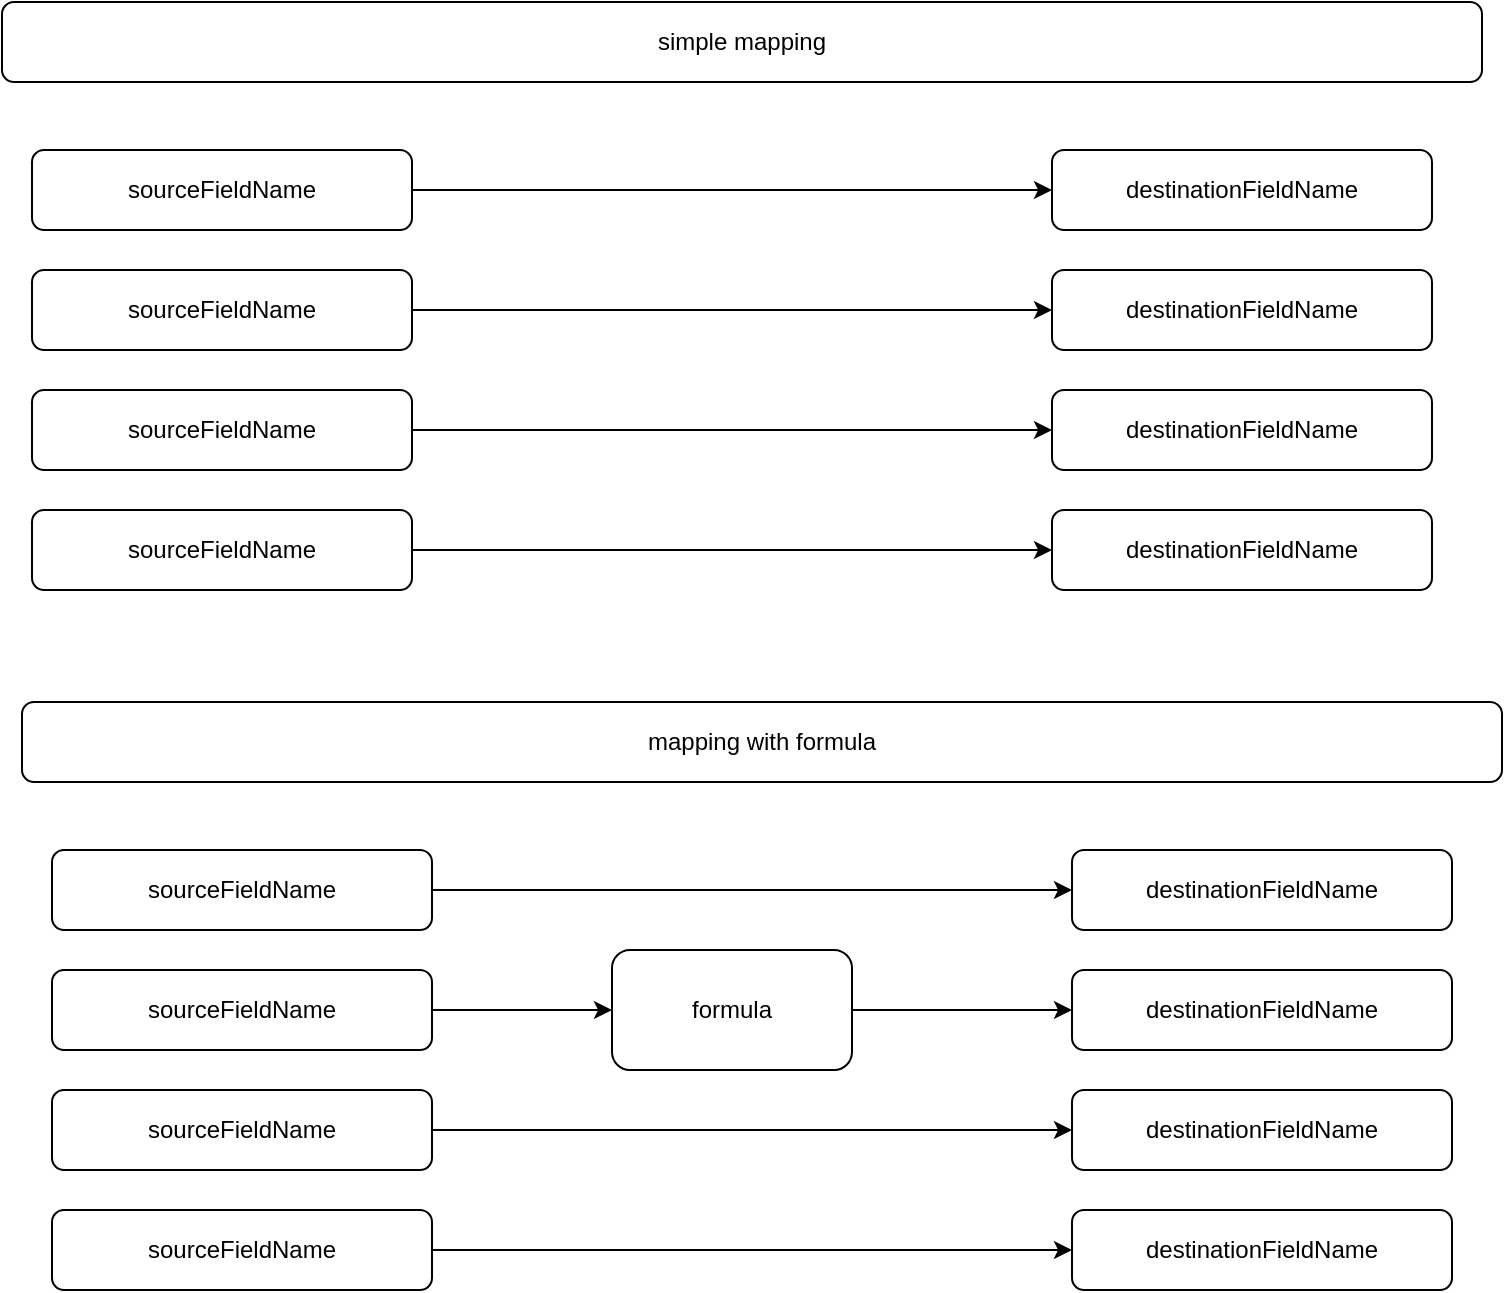
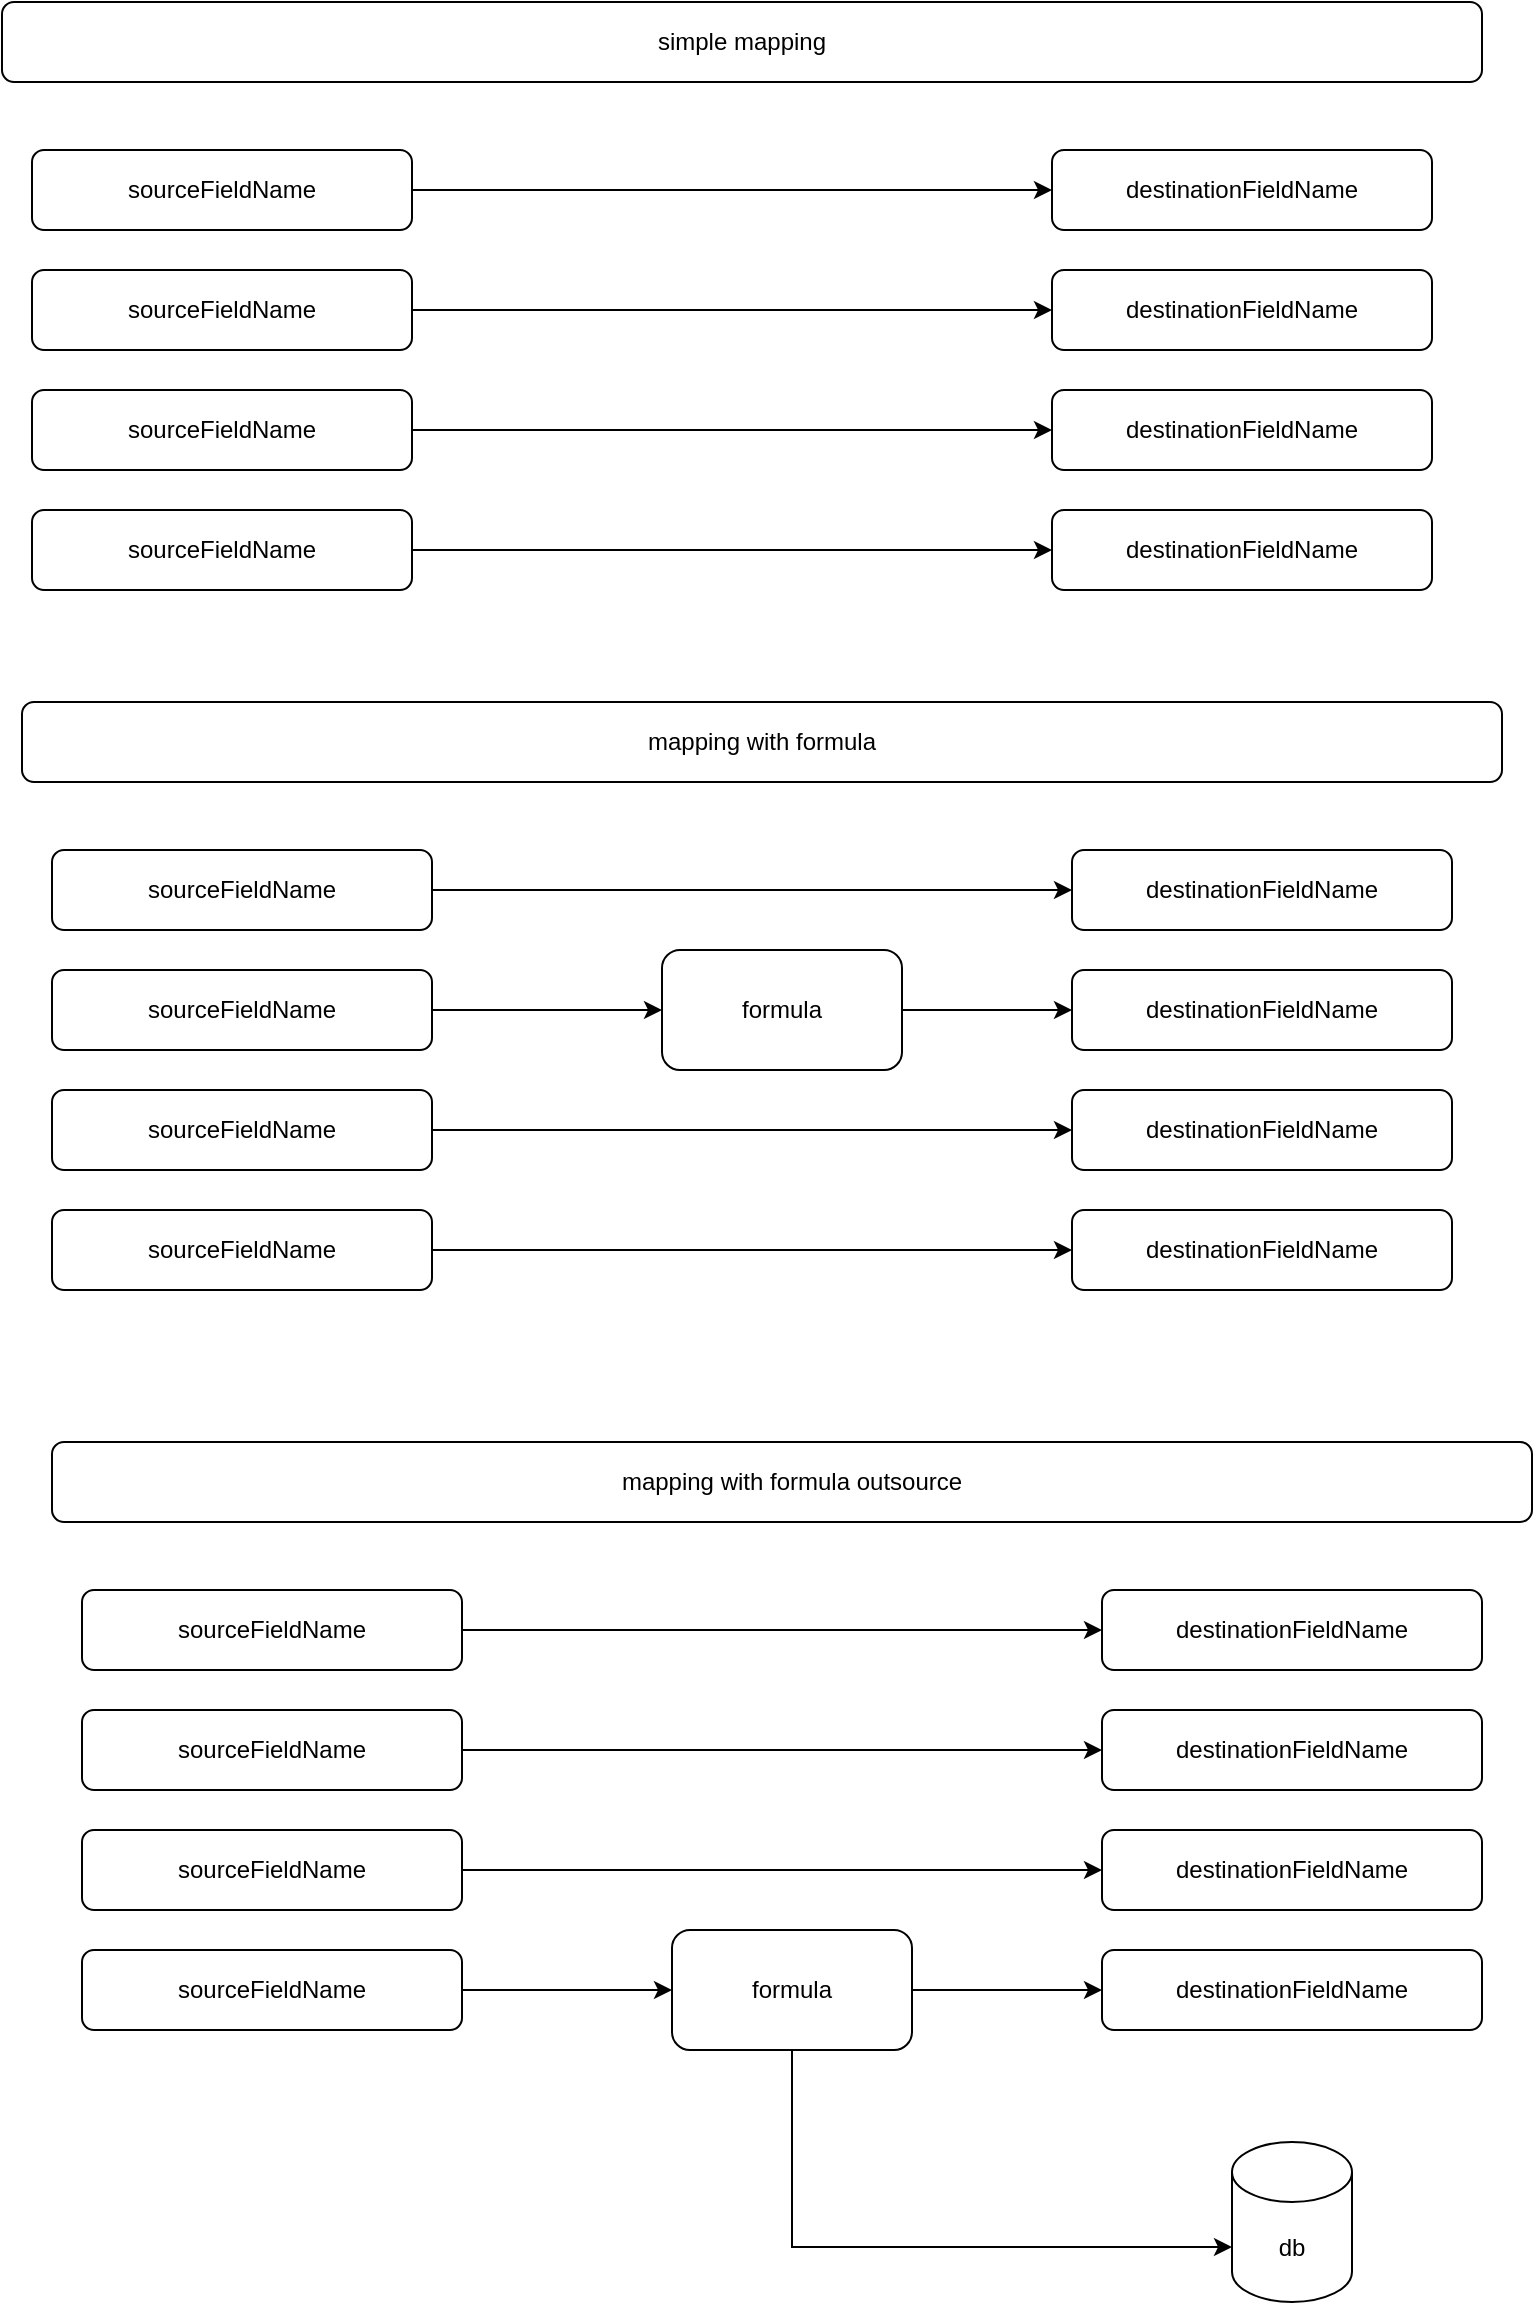
<mxfile host="app.diagrams.net">
  <diagram name="Page-1" id="w0qSyX79uqXvIxm3ApQV">
    <mxGraphModel dx="1030" dy="623" grid="1" gridSize="10" guides="1" tooltips="1" connect="1" arrows="1" fold="1" page="1" pageScale="1" pageWidth="850" pageHeight="1100" math="0" shadow="0">
      <root>
        <mxCell id="0" />
        <mxCell id="1" parent="0" />
        <mxCell id="C5vNhbu8yeIDAcz09rIj-13" parent="1" style="rounded=1;whiteSpace=wrap;html=1;" value="simple mapping" vertex="1">
          <mxGeometry height="40" width="740" x="60" y="30" as="geometry" />
        </mxCell>
        <mxCell id="C5vNhbu8yeIDAcz09rIj-9" edge="1" parent="1" source="C5vNhbu8yeIDAcz09rIj-1" style="edgeStyle=orthogonalEdgeStyle;rounded=0;orthogonalLoop=1;jettySize=auto;html=1;entryX=0;entryY=0.5;entryDx=0;entryDy=0;" target="C5vNhbu8yeIDAcz09rIj-5">
          <mxGeometry relative="1" as="geometry" />
        </mxCell>
        <mxCell id="C5vNhbu8yeIDAcz09rIj-1" parent="1" style="rounded=1;whiteSpace=wrap;html=1;" value="sourceFieldName" vertex="1">
          <mxGeometry height="40" width="190" x="75" y="104" as="geometry" />
        </mxCell>
        <mxCell id="C5vNhbu8yeIDAcz09rIj-10" edge="1" parent="1" source="C5vNhbu8yeIDAcz09rIj-2" style="edgeStyle=orthogonalEdgeStyle;rounded=0;orthogonalLoop=1;jettySize=auto;html=1;entryX=0;entryY=0.5;entryDx=0;entryDy=0;" target="C5vNhbu8yeIDAcz09rIj-6">
          <mxGeometry relative="1" as="geometry" />
        </mxCell>
        <mxCell id="C5vNhbu8yeIDAcz09rIj-2" parent="1" style="rounded=1;whiteSpace=wrap;html=1;" value="sourceFieldName" vertex="1">
          <mxGeometry height="40" width="190" x="75" y="164" as="geometry" />
        </mxCell>
        <mxCell id="C5vNhbu8yeIDAcz09rIj-11" edge="1" parent="1" source="C5vNhbu8yeIDAcz09rIj-3" style="edgeStyle=orthogonalEdgeStyle;rounded=0;orthogonalLoop=1;jettySize=auto;html=1;entryX=0;entryY=0.5;entryDx=0;entryDy=0;" target="C5vNhbu8yeIDAcz09rIj-7">
          <mxGeometry relative="1" as="geometry" />
        </mxCell>
        <mxCell id="C5vNhbu8yeIDAcz09rIj-3" parent="1" style="rounded=1;whiteSpace=wrap;html=1;" value="sourceFieldName" vertex="1">
          <mxGeometry height="40" width="190" x="75" y="224" as="geometry" />
        </mxCell>
        <mxCell id="C5vNhbu8yeIDAcz09rIj-12" edge="1" parent="1" source="C5vNhbu8yeIDAcz09rIj-4" style="edgeStyle=orthogonalEdgeStyle;rounded=0;orthogonalLoop=1;jettySize=auto;html=1;entryX=0;entryY=0.5;entryDx=0;entryDy=0;" target="C5vNhbu8yeIDAcz09rIj-8">
          <mxGeometry relative="1" as="geometry" />
        </mxCell>
        <mxCell id="C5vNhbu8yeIDAcz09rIj-4" parent="1" style="rounded=1;whiteSpace=wrap;html=1;" value="sourceFieldName" vertex="1">
          <mxGeometry height="40" width="190" x="75" y="284" as="geometry" />
        </mxCell>
        <mxCell id="C5vNhbu8yeIDAcz09rIj-5" parent="1" style="rounded=1;whiteSpace=wrap;html=1;" value="destinationFieldName" vertex="1">
          <mxGeometry height="40" width="190" x="585" y="104" as="geometry" />
        </mxCell>
        <mxCell id="C5vNhbu8yeIDAcz09rIj-6" parent="1" style="rounded=1;whiteSpace=wrap;html=1;" value="destinationFieldName" vertex="1">
          <mxGeometry height="40" width="190" x="585" y="164" as="geometry" />
        </mxCell>
        <mxCell id="C5vNhbu8yeIDAcz09rIj-7" parent="1" style="rounded=1;whiteSpace=wrap;html=1;" value="destinationFieldName" vertex="1">
          <mxGeometry height="40" width="190" x="585" y="224" as="geometry" />
        </mxCell>
        <mxCell id="C5vNhbu8yeIDAcz09rIj-8" parent="1" style="rounded=1;whiteSpace=wrap;html=1;" value="destinationFieldName" vertex="1">
          <mxGeometry height="40" width="190" x="585" y="284" as="geometry" />
        </mxCell>
        <mxCell id="C5vNhbu8yeIDAcz09rIj-14" parent="1" style="rounded=1;whiteSpace=wrap;html=1;" value="mapping with formula" vertex="1">
          <mxGeometry height="40" width="740" x="70" y="380" as="geometry" />
        </mxCell>
        <mxCell id="C5vNhbu8yeIDAcz09rIj-15" edge="1" parent="1" source="C5vNhbu8yeIDAcz09rIj-16" style="edgeStyle=orthogonalEdgeStyle;rounded=0;orthogonalLoop=1;jettySize=auto;html=1;entryX=0;entryY=0.5;entryDx=0;entryDy=0;" target="C5vNhbu8yeIDAcz09rIj-23">
          <mxGeometry relative="1" as="geometry" />
        </mxCell>
        <mxCell id="C5vNhbu8yeIDAcz09rIj-16" parent="1" style="rounded=1;whiteSpace=wrap;html=1;" value="sourceFieldName" vertex="1">
          <mxGeometry height="40" width="190" x="85" y="454" as="geometry" />
        </mxCell>
        <mxCell id="C5vNhbu8yeIDAcz09rIj-28" edge="1" parent="1" source="C5vNhbu8yeIDAcz09rIj-18" style="edgeStyle=orthogonalEdgeStyle;rounded=0;orthogonalLoop=1;jettySize=auto;html=1;entryX=0;entryY=0.5;entryDx=0;entryDy=0;" target="C5vNhbu8yeIDAcz09rIj-27">
          <mxGeometry relative="1" as="geometry" />
        </mxCell>
        <mxCell id="C5vNhbu8yeIDAcz09rIj-18" parent="1" style="rounded=1;whiteSpace=wrap;html=1;" value="sourceFieldName" vertex="1">
          <mxGeometry height="40" width="190" x="85" y="514" as="geometry" />
        </mxCell>
        <mxCell id="C5vNhbu8yeIDAcz09rIj-19" edge="1" parent="1" source="C5vNhbu8yeIDAcz09rIj-20" style="edgeStyle=orthogonalEdgeStyle;rounded=0;orthogonalLoop=1;jettySize=auto;html=1;entryX=0;entryY=0.5;entryDx=0;entryDy=0;" target="C5vNhbu8yeIDAcz09rIj-25">
          <mxGeometry relative="1" as="geometry" />
        </mxCell>
        <mxCell id="C5vNhbu8yeIDAcz09rIj-20" parent="1" style="rounded=1;whiteSpace=wrap;html=1;" value="sourceFieldName" vertex="1">
          <mxGeometry height="40" width="190" x="85" y="574" as="geometry" />
        </mxCell>
        <mxCell id="C5vNhbu8yeIDAcz09rIj-21" edge="1" parent="1" source="C5vNhbu8yeIDAcz09rIj-22" style="edgeStyle=orthogonalEdgeStyle;rounded=0;orthogonalLoop=1;jettySize=auto;html=1;entryX=0;entryY=0.5;entryDx=0;entryDy=0;" target="C5vNhbu8yeIDAcz09rIj-26">
          <mxGeometry relative="1" as="geometry" />
        </mxCell>
        <mxCell id="C5vNhbu8yeIDAcz09rIj-22" parent="1" style="rounded=1;whiteSpace=wrap;html=1;" value="sourceFieldName" vertex="1">
          <mxGeometry height="40" width="190" x="85" y="634" as="geometry" />
        </mxCell>
        <mxCell id="C5vNhbu8yeIDAcz09rIj-23" parent="1" style="rounded=1;whiteSpace=wrap;html=1;" value="destinationFieldName" vertex="1">
          <mxGeometry height="40" width="190" x="595" y="454" as="geometry" />
        </mxCell>
        <mxCell id="C5vNhbu8yeIDAcz09rIj-24" parent="1" style="rounded=1;whiteSpace=wrap;html=1;" value="destinationFieldName" vertex="1">
          <mxGeometry height="40" width="190" x="595" y="514" as="geometry" />
        </mxCell>
        <mxCell id="C5vNhbu8yeIDAcz09rIj-25" parent="1" style="rounded=1;whiteSpace=wrap;html=1;" value="destinationFieldName" vertex="1">
          <mxGeometry height="40" width="190" x="595" y="574" as="geometry" />
        </mxCell>
        <mxCell id="C5vNhbu8yeIDAcz09rIj-26" parent="1" style="rounded=1;whiteSpace=wrap;html=1;" value="destinationFieldName" vertex="1">
          <mxGeometry height="40" width="190" x="595" y="634" as="geometry" />
        </mxCell>
        <mxCell id="C5vNhbu8yeIDAcz09rIj-29" edge="1" parent="1" source="C5vNhbu8yeIDAcz09rIj-27" style="edgeStyle=orthogonalEdgeStyle;rounded=0;orthogonalLoop=1;jettySize=auto;html=1;entryX=0;entryY=0.5;entryDx=0;entryDy=0;" target="C5vNhbu8yeIDAcz09rIj-24">
          <mxGeometry relative="1" as="geometry">
            <mxPoint x="590" y="534" as="targetPoint" />
          </mxGeometry>
        </mxCell>
        <mxCell id="C5vNhbu8yeIDAcz09rIj-27" parent="1" style="rounded=1;whiteSpace=wrap;html=1;" value="formula" vertex="1">
-           <mxGeometry height="60" width="120" x="365" y="504" as="geometry" />
+           <mxGeometry height="60" width="120" x="390" y="504" as="geometry" />
+         </mxCell>
+         <mxCell id="C5vNhbu8yeIDAcz09rIj-30" parent="1" style="rounded=1;whiteSpace=wrap;html=1;" value="mapping with formula outsource" vertex="1">
+           <mxGeometry height="40" width="740" x="85" y="750" as="geometry" />
+         </mxCell>
+         <mxCell id="C5vNhbu8yeIDAcz09rIj-31" edge="1" parent="1" source="C5vNhbu8yeIDAcz09rIj-32" style="edgeStyle=orthogonalEdgeStyle;rounded=0;orthogonalLoop=1;jettySize=auto;html=1;entryX=0;entryY=0.5;entryDx=0;entryDy=0;" target="C5vNhbu8yeIDAcz09rIj-39">
+           <mxGeometry relative="1" as="geometry" />
+         </mxCell>
+         <mxCell id="C5vNhbu8yeIDAcz09rIj-32" parent="1" style="rounded=1;whiteSpace=wrap;html=1;" value="sourceFieldName" vertex="1">
+           <mxGeometry height="40" width="190" x="100" y="824" as="geometry" />
+         </mxCell>
+         <mxCell id="C5vNhbu8yeIDAcz09rIj-33" edge="1" parent="1" source="C5vNhbu8yeIDAcz09rIj-34" style="edgeStyle=orthogonalEdgeStyle;rounded=0;orthogonalLoop=1;jettySize=auto;html=1;entryX=0;entryY=0.5;entryDx=0;entryDy=0;" target="C5vNhbu8yeIDAcz09rIj-40">
+           <mxGeometry relative="1" as="geometry">
+             <mxPoint x="405" y="904" as="targetPoint" />
+           </mxGeometry>
+         </mxCell>
+         <mxCell id="C5vNhbu8yeIDAcz09rIj-34" parent="1" style="rounded=1;whiteSpace=wrap;html=1;" value="sourceFieldName" vertex="1">
+           <mxGeometry height="40" width="190" x="100" y="884" as="geometry" />
+         </mxCell>
+         <mxCell id="C5vNhbu8yeIDAcz09rIj-35" edge="1" parent="1" source="C5vNhbu8yeIDAcz09rIj-36" style="edgeStyle=orthogonalEdgeStyle;rounded=0;orthogonalLoop=1;jettySize=auto;html=1;entryX=0;entryY=0.5;entryDx=0;entryDy=0;" target="C5vNhbu8yeIDAcz09rIj-41">
+           <mxGeometry relative="1" as="geometry" />
+         </mxCell>
+         <mxCell id="C5vNhbu8yeIDAcz09rIj-36" parent="1" style="rounded=1;whiteSpace=wrap;html=1;" value="sourceFieldName" vertex="1">
+           <mxGeometry height="40" width="190" x="100" y="944" as="geometry" />
+         </mxCell>
+         <mxCell id="C5vNhbu8yeIDAcz09rIj-47" edge="1" parent="1" source="C5vNhbu8yeIDAcz09rIj-38" style="edgeStyle=orthogonalEdgeStyle;rounded=0;orthogonalLoop=1;jettySize=auto;html=1;entryX=0;entryY=0.5;entryDx=0;entryDy=0;" target="C5vNhbu8yeIDAcz09rIj-46">
+           <mxGeometry relative="1" as="geometry" />
+         </mxCell>
+         <mxCell id="C5vNhbu8yeIDAcz09rIj-38" parent="1" style="rounded=1;whiteSpace=wrap;html=1;" value="sourceFieldName" vertex="1">
+           <mxGeometry height="40" width="190" x="100" y="1004" as="geometry" />
+         </mxCell>
+         <mxCell id="C5vNhbu8yeIDAcz09rIj-39" parent="1" style="rounded=1;whiteSpace=wrap;html=1;" value="destinationFieldName" vertex="1">
+           <mxGeometry height="40" width="190" x="610" y="824" as="geometry" />
+         </mxCell>
+         <mxCell id="C5vNhbu8yeIDAcz09rIj-40" parent="1" style="rounded=1;whiteSpace=wrap;html=1;" value="destinationFieldName" vertex="1">
+           <mxGeometry height="40" width="190" x="610" y="884" as="geometry" />
+         </mxCell>
+         <mxCell id="C5vNhbu8yeIDAcz09rIj-41" parent="1" style="rounded=1;whiteSpace=wrap;html=1;" value="destinationFieldName" vertex="1">
+           <mxGeometry height="40" width="190" x="610" y="944" as="geometry" />
+         </mxCell>
+         <mxCell id="C5vNhbu8yeIDAcz09rIj-42" parent="1" style="rounded=1;whiteSpace=wrap;html=1;" value="destinationFieldName" vertex="1">
+           <mxGeometry height="40" width="190" x="610" y="1004" as="geometry" />
+         </mxCell>
+         <mxCell id="C5vNhbu8yeIDAcz09rIj-45" parent="1" style="shape=cylinder3;whiteSpace=wrap;html=1;boundedLbl=1;backgroundOutline=1;size=15;" value="db" vertex="1">
+           <mxGeometry height="80" width="60" x="675" y="1100" as="geometry" />
+         </mxCell>
+         <mxCell id="C5vNhbu8yeIDAcz09rIj-49" edge="1" parent="1" source="C5vNhbu8yeIDAcz09rIj-46" style="edgeStyle=orthogonalEdgeStyle;rounded=0;orthogonalLoop=1;jettySize=auto;html=1;entryX=0;entryY=0.5;entryDx=0;entryDy=0;" target="C5vNhbu8yeIDAcz09rIj-42">
+           <mxGeometry relative="1" as="geometry" />
+         </mxCell>
+         <mxCell id="C5vNhbu8yeIDAcz09rIj-46" parent="1" style="rounded=1;whiteSpace=wrap;html=1;" value="formula" vertex="1">
+           <mxGeometry height="60" width="120" x="395" y="994" as="geometry" />
+         </mxCell>
+         <mxCell id="C5vNhbu8yeIDAcz09rIj-48" edge="1" parent="1" source="C5vNhbu8yeIDAcz09rIj-46" style="edgeStyle=orthogonalEdgeStyle;rounded=0;orthogonalLoop=1;jettySize=auto;html=1;entryX=0;entryY=0;entryDx=0;entryDy=52.5;entryPerimeter=0;" target="C5vNhbu8yeIDAcz09rIj-45">
+           <mxGeometry relative="1" as="geometry">
+             <Array as="points">
+               <mxPoint x="455" y="1153" />
+             </Array>
+           </mxGeometry>
        </mxCell>
      </root>
    </mxGraphModel>
  </diagram>
</mxfile>
